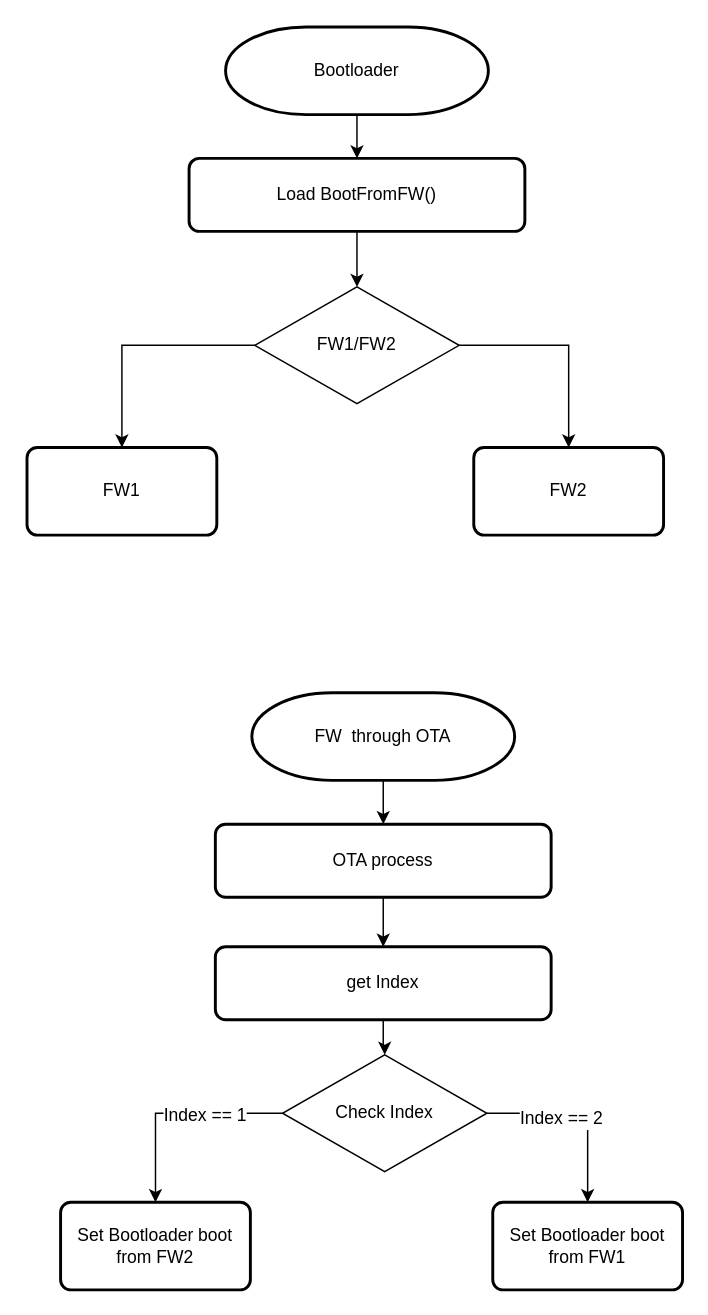
starbuckslatte/starbuckslatte.github.io keeps this draw.io diagram as AutoRecovery.drawio. Above is the earlier version. Source tidied: cells renumbered, new cells numbered last; positions are measured from the earlier drawing's top-left corner, leaving out a move shared by most shapes. Both pictures are drawn from the tidied source at 146%, with x=0, y=0 at pixel (26, 26).
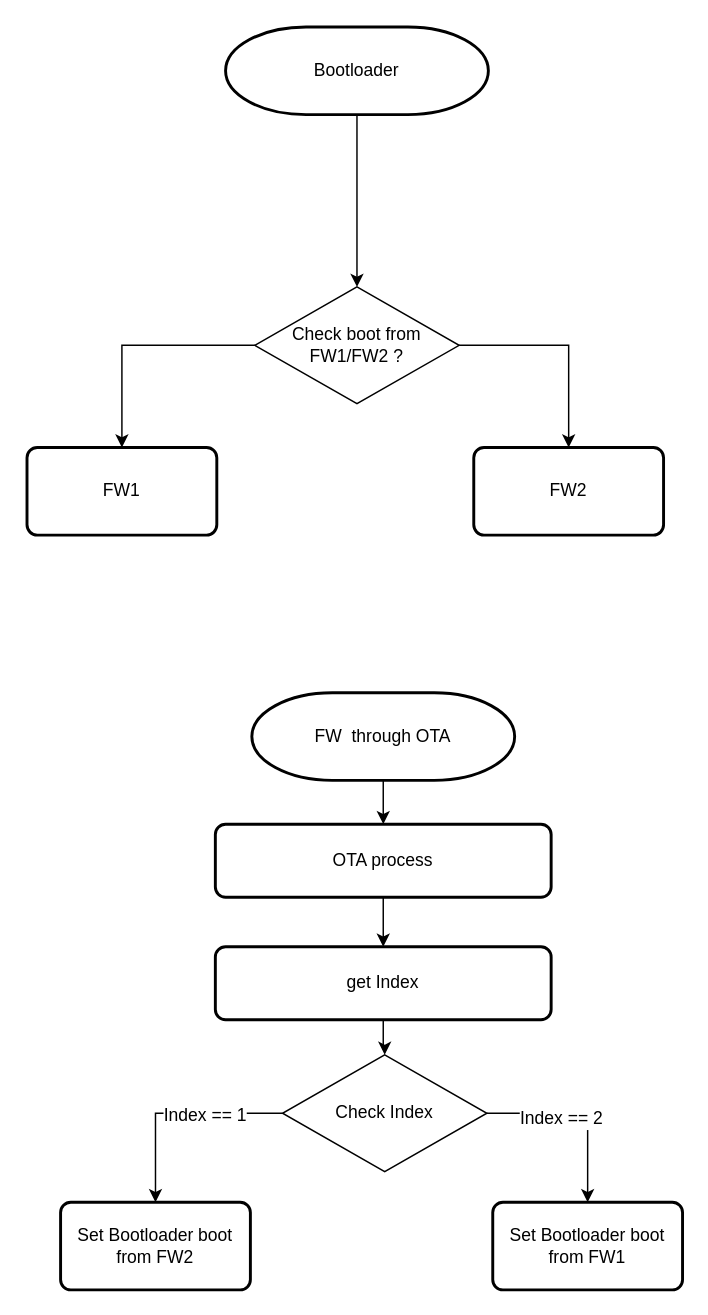
After the change.

Unchanged cells that the change refers to:
```xml
<mxCell id="6" value="Bootloader" style="strokeWidth=2;html=1;shape=mxgraph.flowchart.terminator;whiteSpace=wrap;" parent="1" vertex="1">
  <mxGeometry x="136" width="180" height="60" as="geometry" />
</mxCell>
```

Change to the diagram source:
```diff
@@
-    <mxCell id="4" value="FW1/FW2" style="rhombus;whiteSpace=wrap;html=1;" parent="1" vertex="1">
+    <mxCell id="4" value="Check boot from FW1/FW2 ?" style="rhombus;whiteSpace=wrap;html=1;" parent="1" vertex="1">
       <mxGeometry x="156" y="178" width="140" height="80" as="geometry" />
     </mxCell>
-    <mxCell id="5" style="edgeStyle=orthogonalEdgeStyle;rounded=0;jettySize=auto;html=1;" parent="1" edge="1" source="6" target="8">
-      <mxGeometry relative="1" as="geometry" />
-    </mxCell>
+    <mxCell id="24" style="edgeStyle=orthogonalEdgeStyle;rounded=0;jettySize=auto;html=1;" parent="1" edge="1" source="6" target="4">
+      <mxGeometry relative="1" as="geometry" />
+    </mxCell>
@@
-    <mxCell id="7" style="edgeStyle=orthogonalEdgeStyle;rounded=0;jettySize=auto;html=1;" parent="1" edge="1" source="8" target="4">
-      <mxGeometry relative="1" as="geometry" />
-    </mxCell>
-    <mxCell id="8" value="Load BootFromFW() " style="rounded=1;whiteSpace=wrap;html=1;absoluteArcSize=1;arcSize=14;strokeWidth=2;" parent="1" vertex="1">
-      <mxGeometry x="111" y="90" width="230" height="50" as="geometry" />
-    </mxCell>
```
